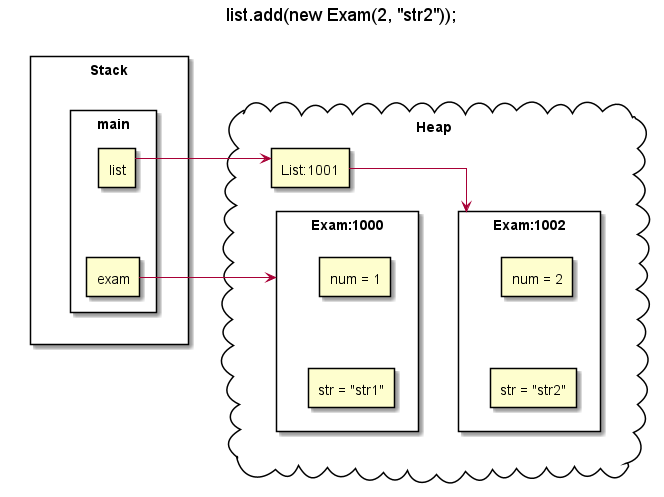
This is img/java/concept_memorymanagement_14.png from windowforsun/blog, a PlantUML export, as it was before one commit.
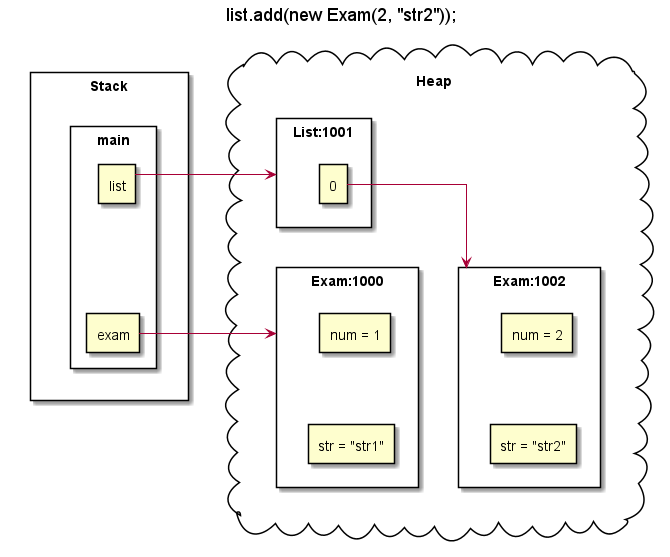
The same diagram one commit later.

Commit message:
jvm memorymanagement 이미지 수정

Change to the diagram source:
```diff
@@ -19,7 +19,9 @@
 		num1000 -[hidden]d- str1000
 	}
 
-	rectangle "List:1001" as List1001
+	rectangle "List:1001" as List1001 {
+		rectangle "0"
+	}
 
 	rectangle "Exam:1002" as Exam1002 {
 		rectangle "num = 2" as num1002
@@ -28,7 +30,7 @@
 	}
 
 	Exam1000 -[hidden]u- List1001
-	List1001 -d-> Exam1002
+	0 -d-> Exam1002
 }
 
 Stack -[hidden]r-Heap
```
